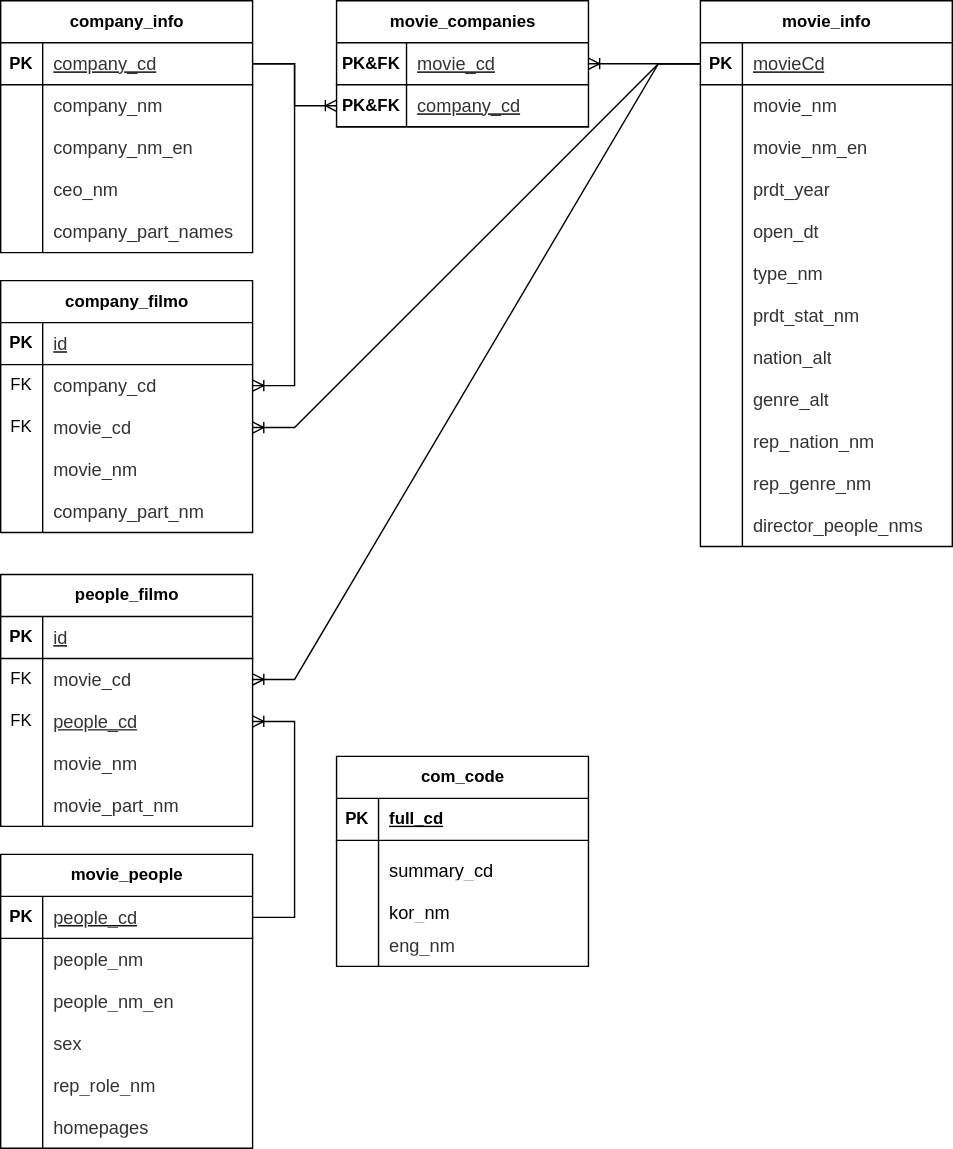
Above: cine-info-erd.svg in moner050/cine-info (draw.io), before the change. Source tidied: cells renumbered, new cells last; positions are measured from the earlier drawing's top-left corner, leaving out a move shared by most shapes.
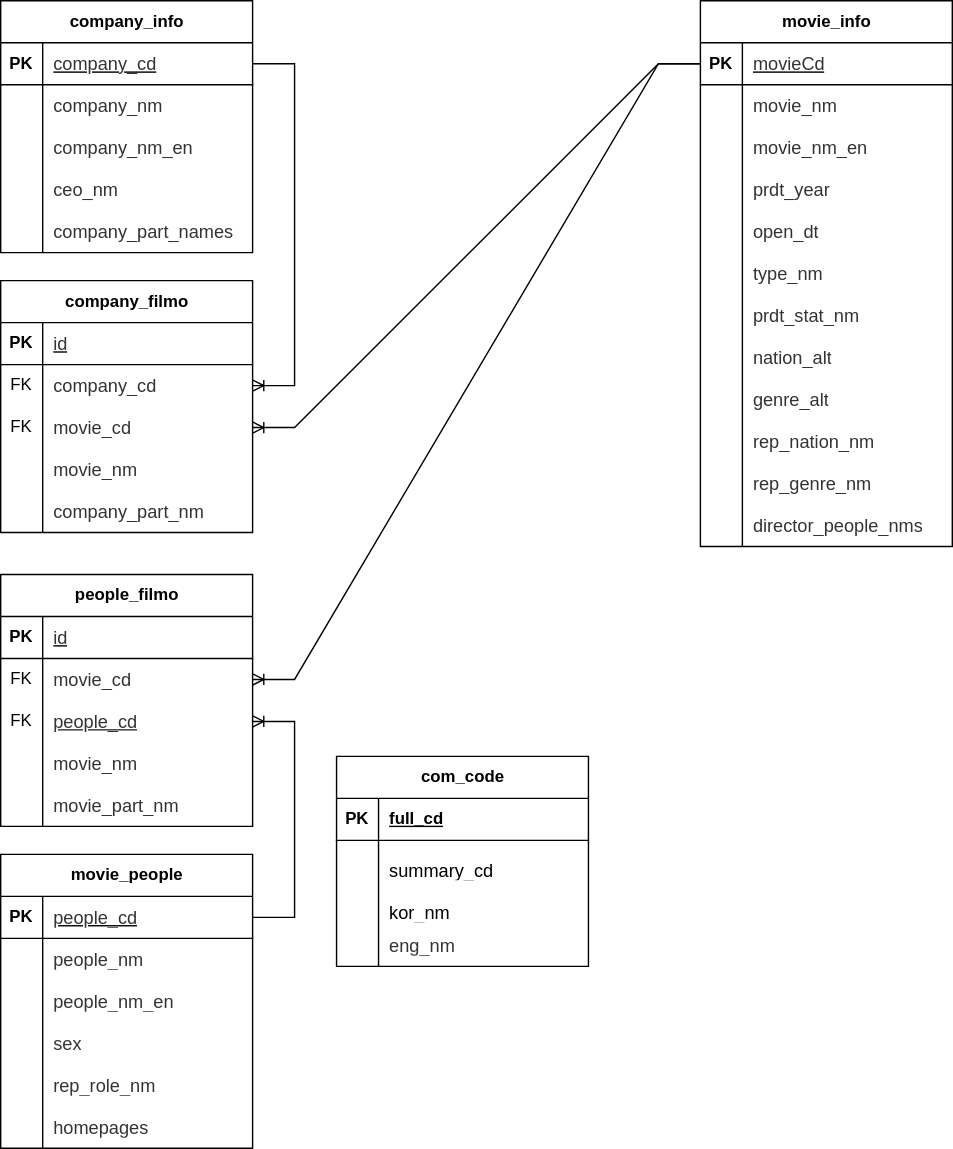
The same file after the commit.

The edit, as a diff of the source:
```diff
@@ -89,27 +89,6 @@
     <mxCell id="30" value="&lt;span style=&quot;color: rgb(51, 51, 51); font-family: &amp;quot;Nanum Gothic&amp;quot;, sans-serif; font-size: 13px; text-align: center; background-color: rgb(255, 255, 255);&quot;&gt;company_part_names&lt;/span&gt;" style="shape=partialRectangle;fillColor=none;top=0;left=0;bottom=0;right=0;align=left;spacingLeft=6;overflow=hidden;whiteSpace=wrap;html=1;" parent="28" vertex="1">
       <mxGeometry x="30" width="150" height="30" as="geometry" />
     </mxCell>
-    <mxCell id="31" value="movie_companies" style="shape=table;startSize=30;rowLines=0;fontStyle=1;align=center;html=1;" parent="1" vertex="1">
-      <mxGeometry x="760" y="210" width="180" height="90" as="geometry" />
-    </mxCell>
-    <mxCell id="32" style="shape=tableRow;horizontal=0;startSize=0;swimlaneHead=0;swimlaneBody=0;fillColor=none;points=[[0,0.5],[1,0.5]];portConstraint=eastwest;top=0;left=0;right=0;bottom=1;" parent="31" vertex="1">
-      <mxGeometry y="30" width="180" height="30" as="geometry" />
-    </mxCell>
-    <mxCell id="33" value="PK&amp;amp;FK" style="shape=partialRectangle;fillColor=none;top=0;left=0;bottom=0;right=0;fontStyle=1;overflow=hidden;whiteSpace=wrap;html=1;" parent="32" vertex="1">
-      <mxGeometry width="50" height="30" as="geometry" />
-    </mxCell>
-    <mxCell id="34" value="&lt;span style=&quot;color: rgb(51, 51, 51); font-family: &amp;quot;Nanum Gothic&amp;quot;, sans-serif; font-size: 13px; font-weight: 400; text-align: center; background-color: rgb(255, 255, 255);&quot;&gt;movie_cd&lt;/span&gt;" style="shape=partialRectangle;fillColor=none;top=0;left=0;bottom=0;right=0;align=left;spacingLeft=6;fontStyle=5;overflow=hidden;whiteSpace=wrap;html=1;" parent="32" vertex="1">
-      <mxGeometry x="50" width="130" height="30" as="geometry" />
-    </mxCell>
-    <mxCell id="35" style="shape=tableRow;horizontal=0;startSize=0;swimlaneHead=0;swimlaneBody=0;fillColor=none;points=[[0,0.5],[1,0.5]];portConstraint=eastwest;top=0;left=0;right=0;bottom=1;" parent="31" vertex="1">
-      <mxGeometry y="60" width="180" height="30" as="geometry" />
-    </mxCell>
-    <mxCell id="36" value="PK&amp;amp;FK" style="shape=partialRectangle;fillColor=none;top=0;left=0;bottom=0;right=0;fontStyle=1;overflow=hidden;whiteSpace=wrap;html=1;" parent="35" vertex="1">
-      <mxGeometry width="50" height="30" as="geometry" />
-    </mxCell>
-    <mxCell id="37" value="&lt;span style=&quot;color: rgb(51, 51, 51); font-family: &amp;quot;Nanum Gothic&amp;quot;, sans-serif; font-size: 13px; font-weight: 400; text-align: center; background-color: rgb(255, 255, 255);&quot;&gt;company_cd&lt;/span&gt;" style="shape=partialRectangle;fillColor=none;top=0;left=0;bottom=0;right=0;align=left;spacingLeft=6;fontStyle=5;overflow=hidden;whiteSpace=wrap;html=1;" parent="35" vertex="1">
-      <mxGeometry x="50" width="130" height="30" as="geometry" />
-    </mxCell>
     <mxCell id="38" value="movie_info" style="shape=table;startSize=30;rowLines=0;fontStyle=1;align=center;html=1;" parent="1" vertex="1">
       <mxGeometry x="1020" y="210" width="180" height="390" as="geometry" />
     </mxCell>
@@ -317,9 +296,6 @@
     <mxCell id="106" value="&lt;span style=&quot;color: rgb(51, 51, 51); font-family: &amp;quot;Nanum Gothic&amp;quot;, sans-serif; font-size: 13px; text-align: center; background-color: rgb(255, 255, 255);&quot;&gt;movie_part_nm&lt;/span&gt;" style="shape=partialRectangle;fillColor=none;top=0;left=0;bottom=0;right=0;align=left;spacingLeft=6;overflow=hidden;whiteSpace=wrap;html=1;" parent="104" vertex="1">
       <mxGeometry x="30" width="150" height="30" as="geometry" />
     </mxCell>
-    <mxCell id="107" style="edgeStyle=entityRelationEdgeStyle;fontSize=12;html=1;endArrow=ERoneToMany;rounded=0;exitX=0;exitY=0.5;exitDx=0;exitDy=0;entryX=1;entryY=0.5;entryDx=0;entryDy=0;" parent="1" edge="1" source="39" target="32">
-      <mxGeometry relative="1" as="geometry" />
-    </mxCell>
     <mxCell id="108" style="edgeStyle=entityRelationEdgeStyle;fontSize=12;html=1;endArrow=ERoneToMany;rounded=0;entryX=1;entryY=0.5;entryDx=0;entryDy=0;exitX=0;exitY=0.5;exitDx=0;exitDy=0;" parent="1" edge="1" source="39" target="82">
       <mxGeometry relative="1" as="geometry">
         <Array as="points">
@@ -345,9 +321,6 @@
         </Array>
       </mxGeometry>
     </mxCell>
-    <mxCell id="110" style="edgeStyle=entityRelationEdgeStyle;fontSize=12;html=1;endArrow=ERoneToMany;rounded=0;exitX=1;exitY=0.5;exitDx=0;exitDy=0;entryX=0;entryY=0.5;entryDx=0;entryDy=0;" parent="1" edge="1" source="16" target="35">
-      <mxGeometry relative="1" as="geometry" />
-    </mxCell>
     <mxCell id="111" value="movie_people" style="shape=table;startSize=30;rowLines=0;fontStyle=1;align=center;html=1;" parent="1" vertex="1">
       <mxGeometry x="520" y="820" width="180" height="210" as="geometry" />
     </mxCell>
```
